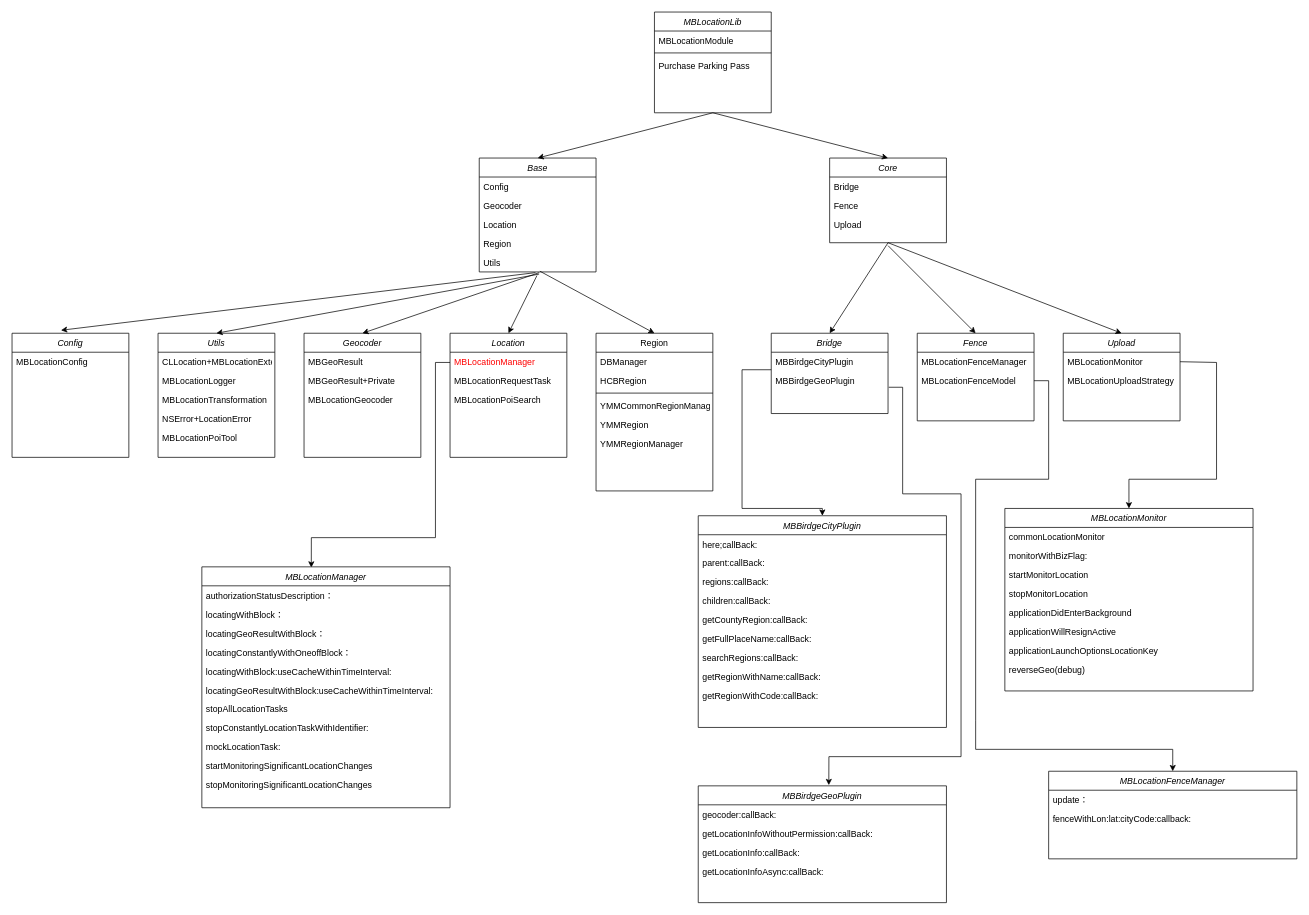
Above: Untitled Diagram.drawio in fdd09/flow (draw.io), before the change. Source tidied: cells renumbered, new cells numbered last; positions are measured from the earlier drawing's top-left corner, leaving out a move shared by most shapes. Both pictures are drawn from the tidied source at 73%, with x=0, y=0 at pixel (12, 12).
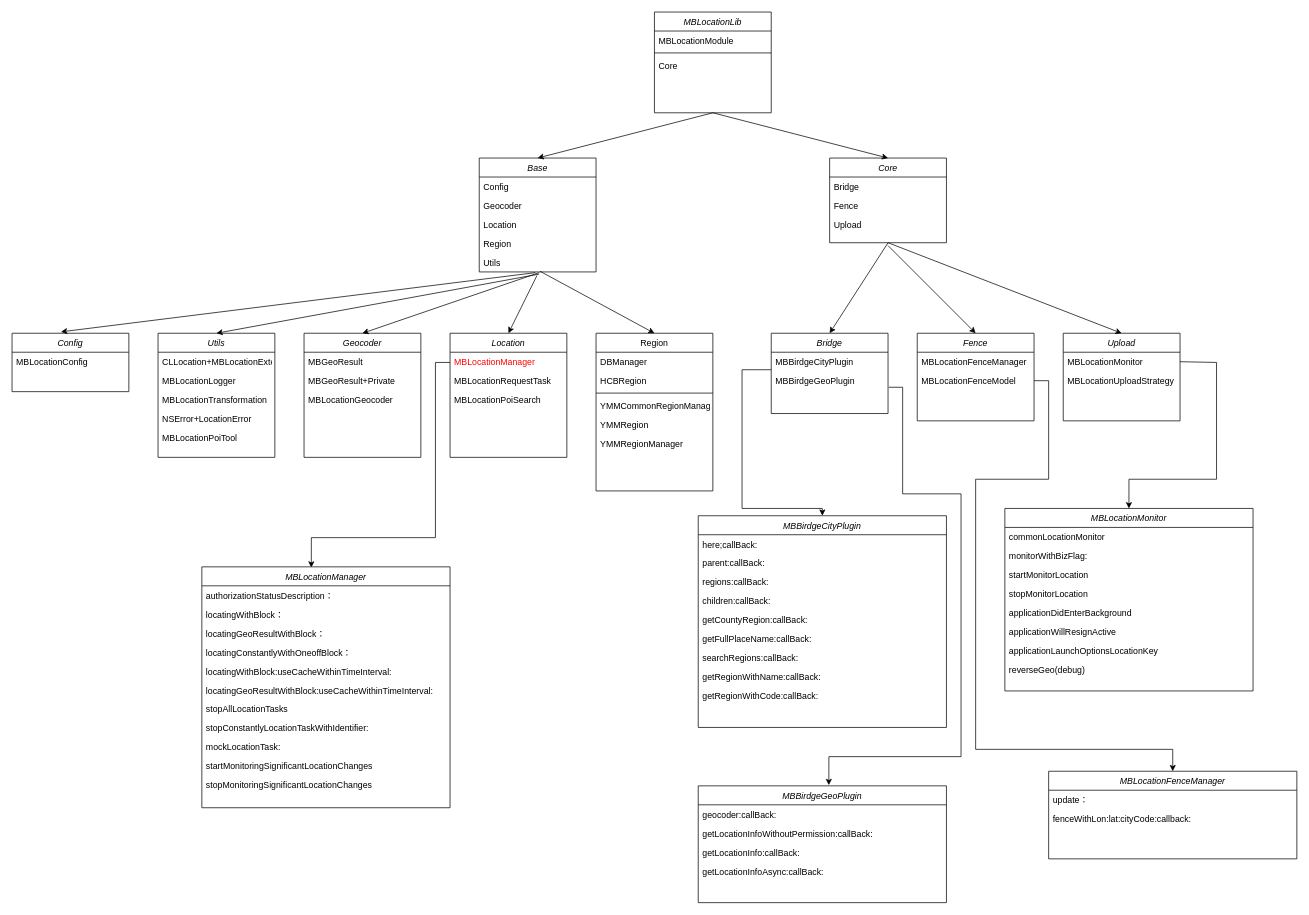
The same page after the edit.

Unchanged cells that the change refers to:
```xml
<mxCell id="2" value="MBLocationLib" style="swimlane;fontStyle=2;align=center;verticalAlign=top;horizontal=1;startSize=26;rounded=0;shadow=0;strokeWidth=1;" parent="1" vertex="1">
  <mxGeometry x="880" width="160" height="138" as="geometry" />
</mxCell>
```

The edit, as a diff of the source:
```diff
@@
-    <mxCell id="5" value="Purchase Parking Pass" style="text;align=left;verticalAlign=top;spacingLeft=4;spacingRight=4;overflow=hidden;" parent="2" vertex="1">
+    <mxCell id="5" value="Core" style="text;align=left;verticalAlign=top;spacingLeft=4;spacingRight=4;overflow=hidden;" parent="2" vertex="1">
       <mxGeometry y="60" width="160" height="26" as="geometry" />
     </mxCell>
@@
     <mxCell id="18" value="Config" style="swimlane;fontStyle=2;align=center;verticalAlign=top;horizontal=1;startSize=26;rounded=0;shadow=0;strokeWidth=1;" parent="1" vertex="1">
-      <mxGeometry y="440" width="160" height="170" as="geometry" />
+      <mxGeometry y="440" width="160" height="80" as="geometry" />
     </mxCell>
```
